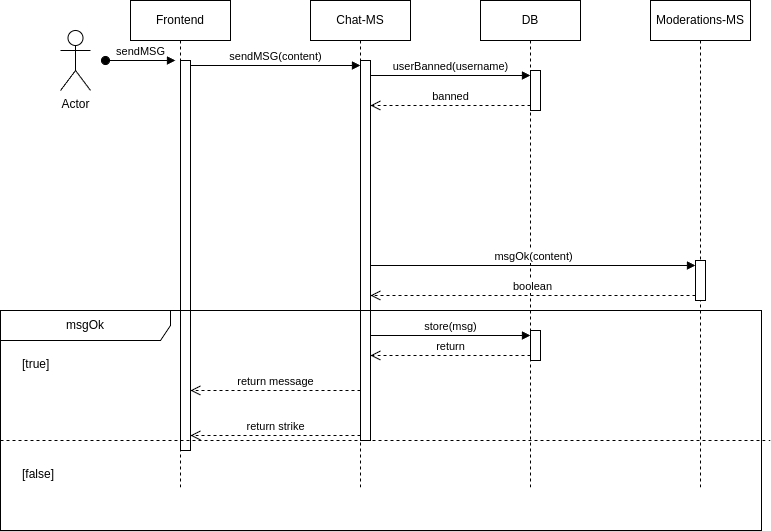
This is ausarbeitung/images/sequence_msg.png from FabianSig/DHBW-T3INF4349-Verteilte-Systeme, a draw.io export, as it was before one commit. Source tidied: cells renumbered, new cells last; positions are measured from the earlier drawing's top-left corner, leaving out a move shared by most shapes.
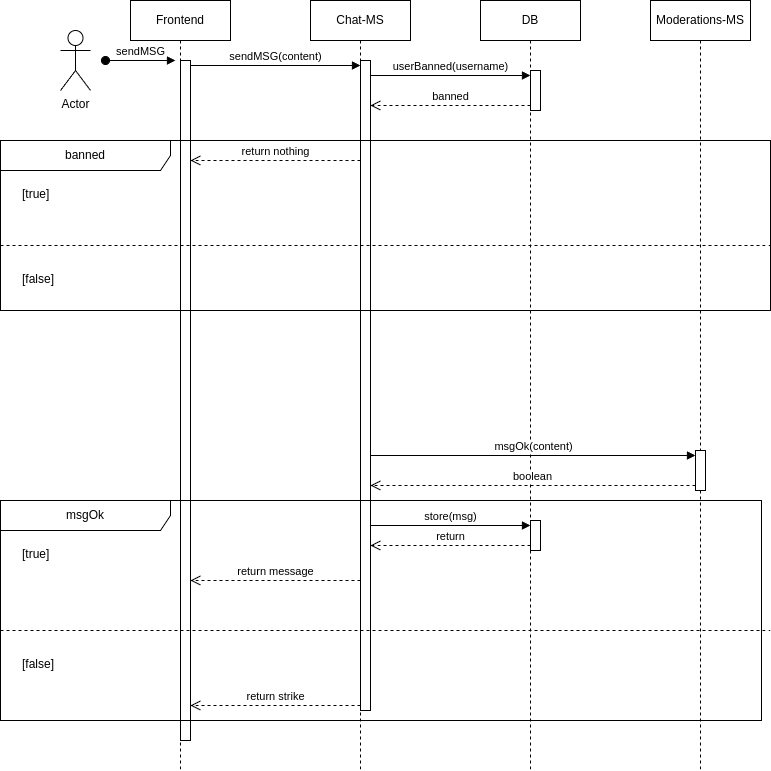
Later version of the same file.

Diff of the diagram source:
```diff
@@ -3,7 +3,7 @@
     <mxCell id="0" />
     <mxCell id="1" parent="0" />
     <mxCell id="2" value="Frontend" style="shape=umlLifeline;perimeter=lifelinePerimeter;whiteSpace=wrap;html=1;newEdgeStyle={&quot;curved&quot;:0,&quot;rounded&quot;:0};" parent="1" vertex="1">
-      <mxGeometry x="130" width="100" height="490" as="geometry" />
+      <mxGeometry x="130" width="100" height="770" as="geometry" />
     </mxCell>
     <mxCell id="3" value="sendMSG" style="html=1;verticalAlign=bottom;startArrow=oval;endArrow=block;startSize=8;curved=0;rounded=0;entryX=0;entryY=0;entryDx=0;entryDy=5;" parent="2" edge="1">
       <mxGeometry relative="1" as="geometry">
@@ -12,25 +12,25 @@
       </mxGeometry>
     </mxCell>
     <mxCell id="4" style="html=1;points=[[0,0,0,0,5],[0,1,0,0,-5],[1,0,0,0,5],[1,1,0,0,-5]];perimeter=orthogonalPerimeter;outlineConnect=0;targetShapes=umlLifeline;portConstraint=eastwest;newEdgeStyle={&quot;curved&quot;:0,&quot;rounded&quot;:0};" parent="2" vertex="1">
-      <mxGeometry x="50" y="60" width="10" height="390" as="geometry" />
+      <mxGeometry x="50" y="60" width="10" height="680" as="geometry" />
     </mxCell>
     <mxCell id="5" value="Chat-MS" style="shape=umlLifeline;perimeter=lifelinePerimeter;whiteSpace=wrap;html=1;newEdgeStyle={&quot;curved&quot;:0,&quot;rounded&quot;:0};" parent="1" vertex="1">
-      <mxGeometry x="310" width="100" height="490" as="geometry" />
+      <mxGeometry x="310" width="100" height="770" as="geometry" />
     </mxCell>
     <mxCell id="6" style="html=1;points=[[0,0,0,0,5],[0,1,0,0,-5],[1,0,0,0,5],[1,1,0,0,-5]];perimeter=orthogonalPerimeter;outlineConnect=0;targetShapes=umlLifeline;portConstraint=eastwest;newEdgeStyle={&quot;curved&quot;:0,&quot;rounded&quot;:0};" parent="5" vertex="1">
-      <mxGeometry x="50" y="60" width="10" height="380" as="geometry" />
+      <mxGeometry x="50" y="60" width="10" height="650" as="geometry" />
     </mxCell>
     <mxCell id="7" value="DB" style="shape=umlLifeline;perimeter=lifelinePerimeter;whiteSpace=wrap;html=1;newEdgeStyle={&quot;curved&quot;:0,&quot;rounded&quot;:0};" parent="1" vertex="1">
-      <mxGeometry x="480" width="100" height="490" as="geometry" />
+      <mxGeometry x="480" width="100" height="770" as="geometry" />
     </mxCell>
     <mxCell id="8" style="html=1;points=[[0,0,0,0,5],[0,1,0,0,-5],[1,0,0,0,5],[1,1,0,0,-5]];perimeter=orthogonalPerimeter;outlineConnect=0;targetShapes=umlLifeline;portConstraint=eastwest;newEdgeStyle={&quot;curved&quot;:0,&quot;rounded&quot;:0};" parent="7" vertex="1">
       <mxGeometry x="50" y="70" width="10" height="40" as="geometry" />
     </mxCell>
     <mxCell id="9" value="Moderations-MS" style="shape=umlLifeline;perimeter=lifelinePerimeter;whiteSpace=wrap;html=1;newEdgeStyle={&quot;curved&quot;:0,&quot;rounded&quot;:0};" parent="1" vertex="1">
-      <mxGeometry x="650" width="100" height="490" as="geometry" />
+      <mxGeometry x="650" width="100" height="770" as="geometry" />
     </mxCell>
     <mxCell id="10" style="html=1;points=[[0,0,0,0,5],[0,1,0,0,-5],[1,0,0,0,5],[1,1,0,0,-5]];perimeter=orthogonalPerimeter;outlineConnect=0;targetShapes=umlLifeline;portConstraint=eastwest;newEdgeStyle={&quot;curved&quot;:0,&quot;rounded&quot;:0};" parent="9" vertex="1">
-      <mxGeometry x="45" y="260" width="10" height="40" as="geometry" />
+      <mxGeometry x="45" y="450" width="10" height="40" as="geometry" />
     </mxCell>
     <mxCell id="11" value="Actor" style="shape=umlActor;verticalLabelPosition=bottom;verticalAlign=top;html=1;" parent="1" vertex="1">
       <mxGeometry x="60" y="30" width="30" height="60" as="geometry" />
@@ -41,14 +41,18 @@
     <mxCell id="13" value="return strike" style="html=1;verticalAlign=bottom;endArrow=open;dashed=1;endSize=8;curved=0;rounded=0;exitX=0;exitY=1;exitDx=0;exitDy=-5;" parent="1" edge="1" source="6" target="4">
       <mxGeometry relative="1" as="geometry" />
     </mxCell>
-    <mxCell id="14" value="msgOk(content)" style="html=1;verticalAlign=bottom;endArrow=block;curved=0;rounded=0;entryX=0;entryY=0;entryDx=0;entryDy=5;" parent="1" edge="1" source="6" target="10">
-      <mxGeometry relative="1" as="geometry" />
+    <mxCell id="14" value="msgOk(content)" style="html=1;verticalAlign=bottom;endArrow=block;curved=0;rounded=0;entryX=0;entryY=0;entryDx=0;entryDy=5;" parent="1" edge="1" target="10">
+      <mxGeometry relative="1" as="geometry">
+        <mxPoint x="370" y="455" as="sourcePoint" />
+      </mxGeometry>
     </mxCell>
-    <mxCell id="15" value="boolean" style="html=1;verticalAlign=bottom;endArrow=open;dashed=1;endSize=8;curved=0;rounded=0;exitX=0;exitY=1;exitDx=0;exitDy=-5;" parent="1" edge="1" source="10" target="6">
-      <mxGeometry relative="1" as="geometry" />
+    <mxCell id="15" value="boolean" style="html=1;verticalAlign=bottom;endArrow=open;dashed=1;endSize=8;curved=0;rounded=0;exitX=0;exitY=1;exitDx=0;exitDy=-5;" parent="1" edge="1" source="10">
+      <mxGeometry relative="1" as="geometry">
+        <mxPoint x="370" y="485" as="targetPoint" />
+      </mxGeometry>
     </mxCell>
     <mxCell id="16" value="msgOk" style="shape=umlFrame;whiteSpace=wrap;html=1;width=170;" parent="1" vertex="1">
-      <mxGeometry y="310" width="761" height="220" as="geometry" />
+      <mxGeometry y="500" width="761" height="220" as="geometry" />
     </mxCell>
     <mxCell id="17" value="[true]" style="text;html=1;" parent="16" vertex="1">
       <mxGeometry width="100" height="20" relative="1" as="geometry">
@@ -71,8 +75,10 @@
         <mxPoint x="360" y="80" as="sourcePoint" />
       </mxGeometry>
     </mxCell>
-    <mxCell id="22" value="return" style="html=1;verticalAlign=bottom;endArrow=open;dashed=1;endSize=8;curved=0;rounded=0;exitX=0;exitY=1;exitDx=0;exitDy=-5;" parent="1" edge="1" source="19" target="6">
-      <mxGeometry relative="1" as="geometry" />
+    <mxCell id="22" value="return" style="html=1;verticalAlign=bottom;endArrow=open;dashed=1;endSize=8;curved=0;rounded=0;exitX=0;exitY=1;exitDx=0;exitDy=-5;" parent="1" edge="1" source="19">
+      <mxGeometry relative="1" as="geometry">
+        <mxPoint x="370" y="545" as="targetPoint" />
+      </mxGeometry>
     </mxCell>
     <mxCell id="23" value="userBanned(username)" style="html=1;verticalAlign=bottom;endArrow=block;curved=0;rounded=0;entryX=0;entryY=0;entryDx=0;entryDy=5;" parent="1" edge="1" source="6" target="8">
       <mxGeometry relative="1" as="geometry" />
@@ -80,5 +86,21 @@
     <mxCell id="24" value="banned" style="html=1;verticalAlign=bottom;endArrow=open;dashed=1;endSize=8;curved=0;rounded=0;exitX=0;exitY=1;exitDx=0;exitDy=-5;" parent="1" edge="1" source="8" target="6">
       <mxGeometry relative="1" as="geometry" />
     </mxCell>
+    <mxCell id="25" value="banned" style="shape=umlFrame;whiteSpace=wrap;html=1;width=170;" parent="1" vertex="1">
+      <mxGeometry y="140" width="770" height="170" as="geometry" />
+    </mxCell>
+    <mxCell id="26" value="[true]" style="text;html=1;" parent="25" vertex="1">
+      <mxGeometry width="100" height="20" relative="1" as="geometry">
+        <mxPoint x="20" y="40" as="offset" />
+      </mxGeometry>
+    </mxCell>
+    <mxCell id="27" value="[false]" style="line;strokeWidth=1;dashed=1;labelPosition=center;verticalLabelPosition=bottom;align=left;verticalAlign=top;spacingLeft=20;spacingTop=15;html=1;whiteSpace=wrap;" parent="25" vertex="1">
+      <mxGeometry y="100" width="770" height="10" as="geometry" />
+    </mxCell>
+    <mxCell id="28" value="return nothing" style="html=1;verticalAlign=bottom;endArrow=open;dashed=1;endSize=8;curved=0;rounded=0;" parent="25" edge="1" target="4">
+      <mxGeometry relative="1" as="geometry">
+        <mxPoint x="360" y="20" as="sourcePoint" />
+      </mxGeometry>
+    </mxCell>
   </root>
 </mxGraphModel>
```
